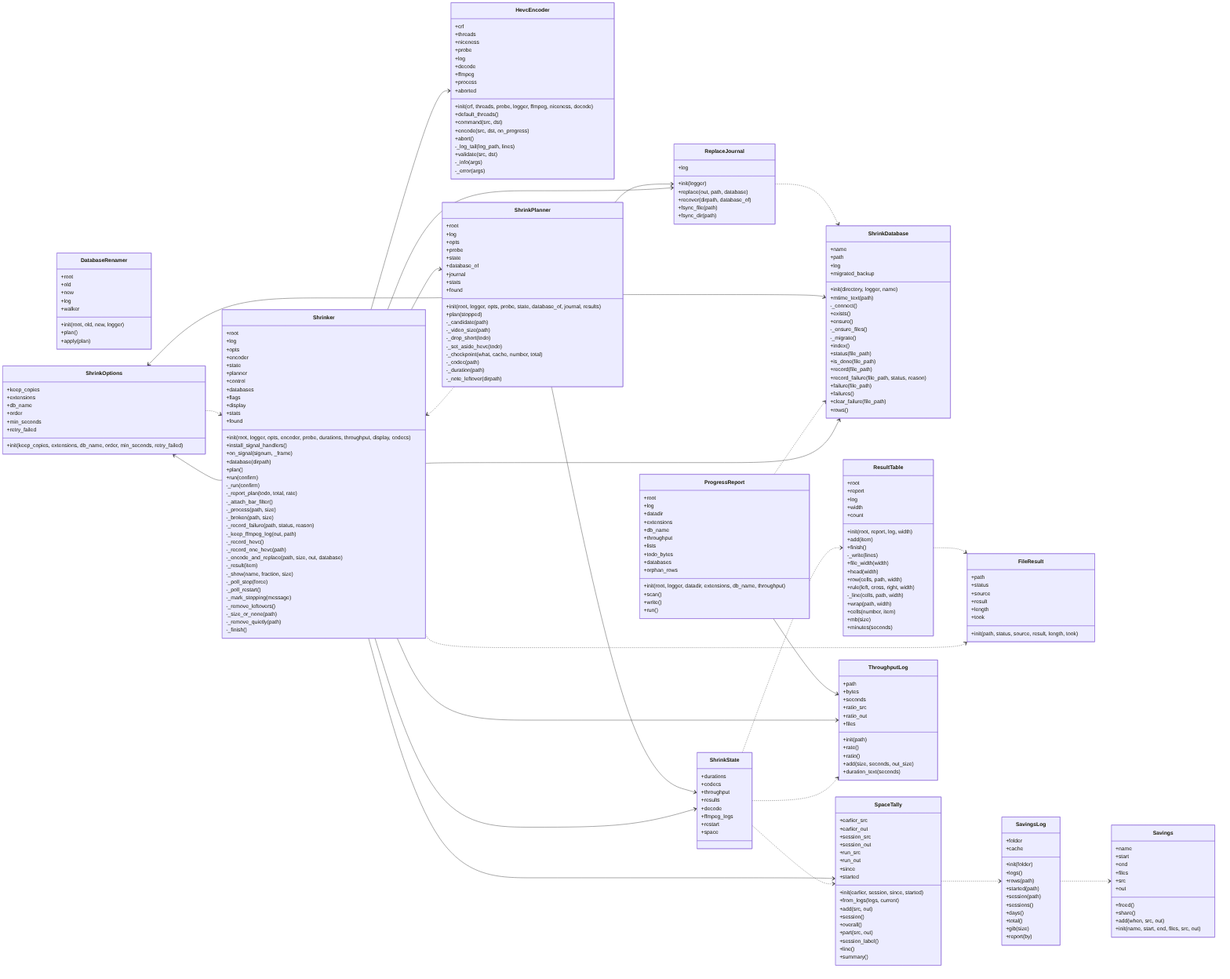
This is docs/img/uml_shrink.png from peddanet/mediatools, a Mermaid export, as it was before one commit. Its source is kept beside it as docs/img/uml_shrink.mmd.
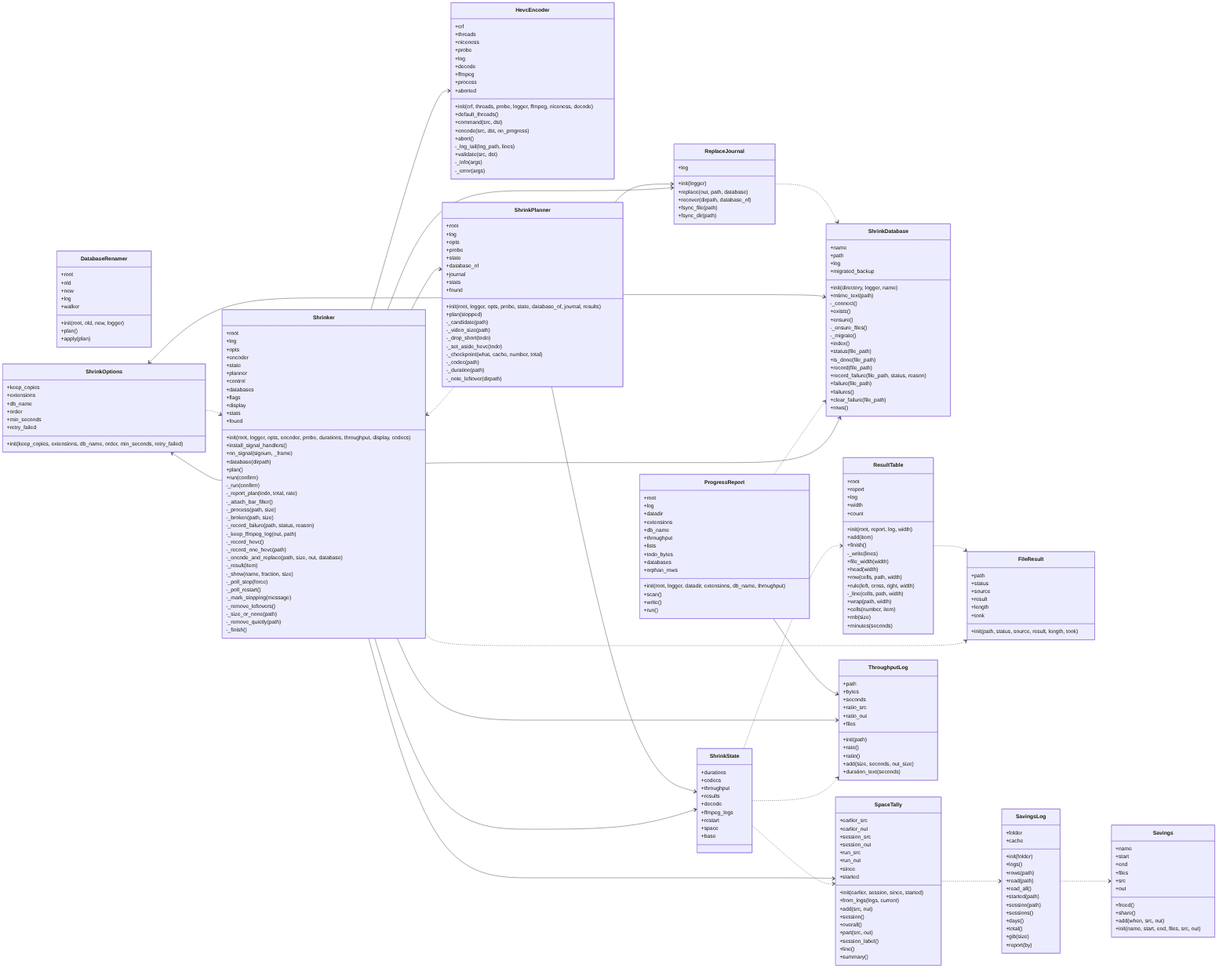
The same diagram one commit later.

Diff of the diagram source:
```diff
@@ -153,6 +153,8 @@
     +init(folder)
     +logs()
     +rows(path)
+    +read(path)
+    +read_all()
     +started(path)
     +session(path)
     +sessions()
@@ -209,6 +211,7 @@
     +ffmpeg_logs
     +restart
     +space
+    +base
   }
   class SpaceTally {
     +earlier_src
```
